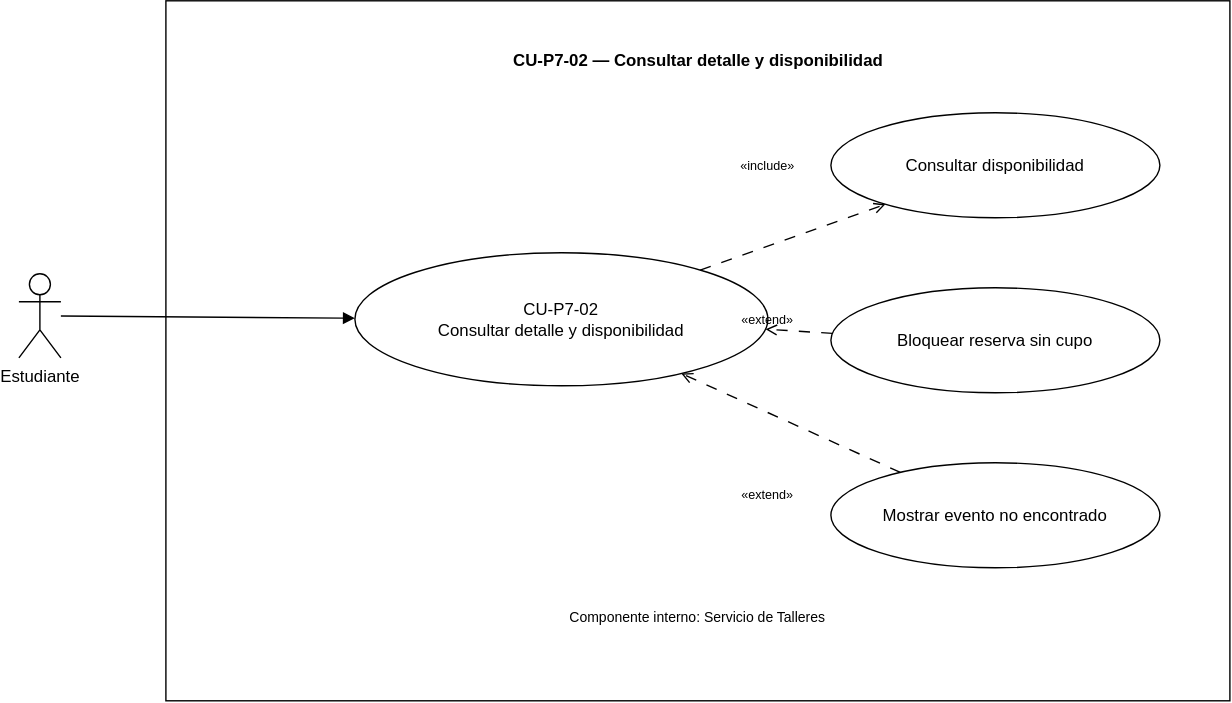
This is Documentacion/Practica7/CDU/CDU_Expandido_CUP7_02_202307691.drawio.svg from thanya-gate/SA_PROYECTO_202307691, a draw.io export, as it was before one commit. Source tidied: cells renumbered, new cells last; positions are measured from the earlier drawing's top-left corner, leaving out a move shared by most shapes.
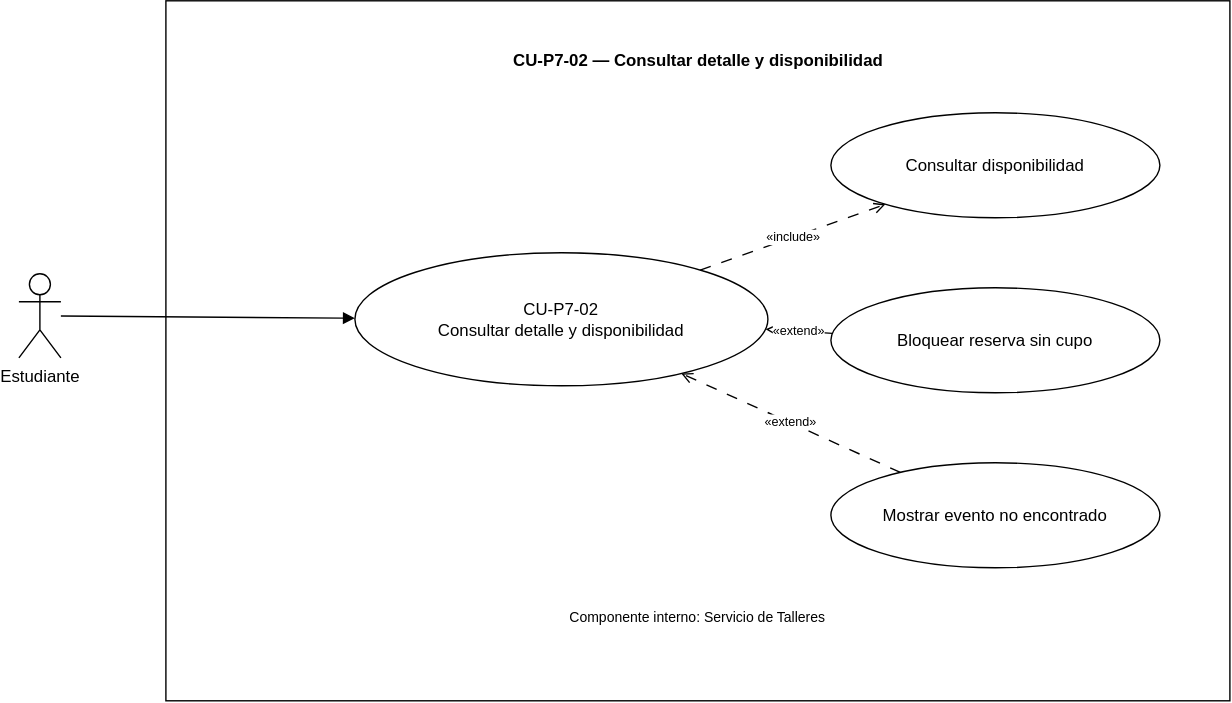
The same diagram one commit later.

Change to the diagram source:
```diff
@@ -26,24 +26,15 @@
     <mxCell id="9" style="rounded=0;jettySize=auto;html=1;endArrow=block;endFill=1;" parent="1" edge="1" source="4" target="5">
       <mxGeometry relative="1" as="geometry" />
     </mxCell>
-    <mxCell id="10" style="rounded=0;jettySize=auto;html=1;dashed=1;dashPattern=8 8;endArrow=open;endFill=0;" parent="1" edge="1" source="5" target="6">
+    <mxCell id="10" value="«include»" style="rounded=0;jettySize=auto;html=1;dashed=1;dashPattern=8 8;endArrow=open;endFill=0;fontSize=9;" parent="1" edge="1" source="5" target="6">
       <mxGeometry relative="1" as="geometry" />
     </mxCell>
-    <mxCell id="11" value="«include»" style="text;html=1;whiteSpace=wrap;strokeColor=none;fillColor=none;align=center;verticalAlign=middle;rounded=0;fontSize=9;" parent="1" vertex="1">
-      <mxGeometry x="490" y="105" width="90" height="25" as="geometry" />
-    </mxCell>
-    <mxCell id="12" style="rounded=0;jettySize=auto;html=1;dashed=1;dashPattern=8 8;endArrow=open;endFill=0;" parent="1" edge="1" source="7" target="5">
+    <mxCell id="12" value="«extend»" style="rounded=0;jettySize=auto;html=1;dashed=1;dashPattern=8 8;endArrow=open;endFill=0;fontSize=9;" parent="1" edge="1" source="7" target="5">
       <mxGeometry relative="1" as="geometry" />
     </mxCell>
-    <mxCell id="13" value="«extend»" style="text;html=1;whiteSpace=wrap;strokeColor=none;fillColor=none;align=center;verticalAlign=middle;rounded=0;fontSize=9;" parent="1" vertex="1">
-      <mxGeometry x="490" y="215" width="90" height="25" as="geometry" />
-    </mxCell>
-    <mxCell id="14" style="rounded=0;jettySize=auto;html=1;dashed=1;dashPattern=8 8;endArrow=open;endFill=0;" parent="1" edge="1" source="8" target="5">
+    <mxCell id="14" value="«extend»" style="rounded=0;jettySize=auto;html=1;dashed=1;dashPattern=8 8;endArrow=open;endFill=0;fontSize=9;" parent="1" edge="1" source="8" target="5">
       <mxGeometry relative="1" as="geometry" />
     </mxCell>
-    <mxCell id="15" value="«extend»" style="text;html=1;whiteSpace=wrap;strokeColor=none;fillColor=none;align=center;verticalAlign=middle;rounded=0;fontSize=9;" parent="1" vertex="1">
-      <mxGeometry x="490" y="340" width="90" height="25" as="geometry" />
-    </mxCell>
     <mxCell id="16" value="Componente interno: Servicio de Talleres" style="text;html=1;whiteSpace=wrap;strokeColor=none;fillColor=none;align=center;verticalAlign=middle;rounded=0;fontSize=10;" parent="1" vertex="1">
       <mxGeometry x="275" y="425" width="420" height="30" as="geometry" />
     </mxCell>
```
